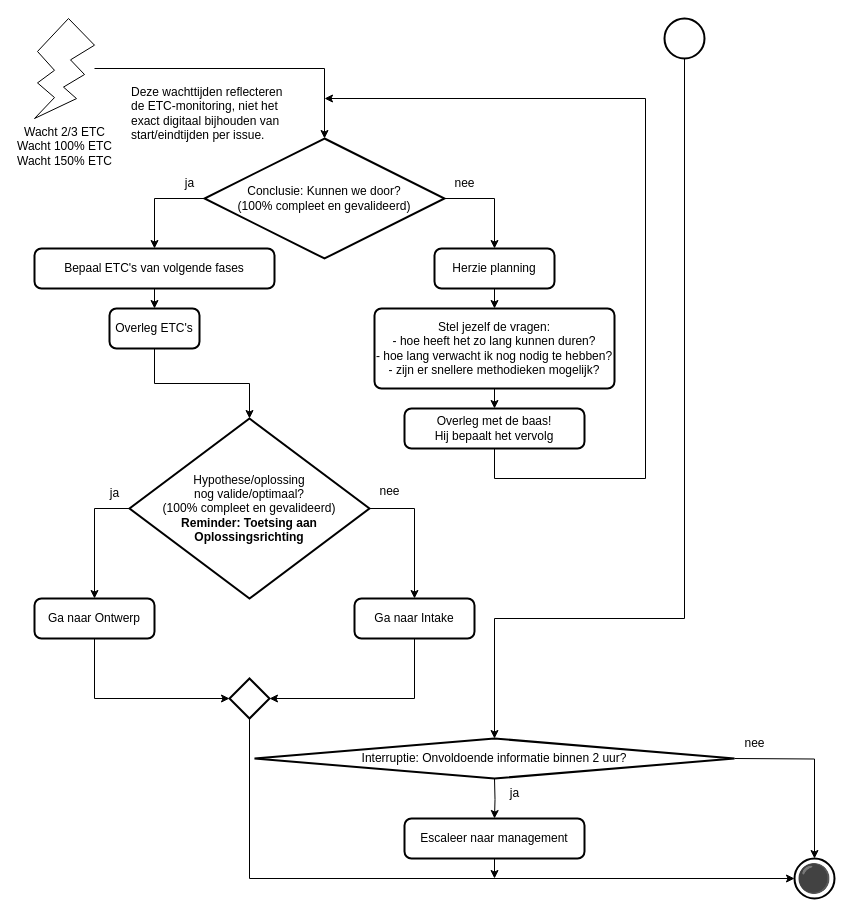
This is 2 Issue Tracker analyse.drawio from Zaibatsu89/IssueTracker, a draw.io file, before an edit. Source tidied: cells renumbered, new cells numbered last; positions are measured from the earlier drawing's top-left corner, leaving out a move shared by most shapes. Both pictures are drawn from the tidied source at 100%, with x=0, y=0 at pixel (34, 18).
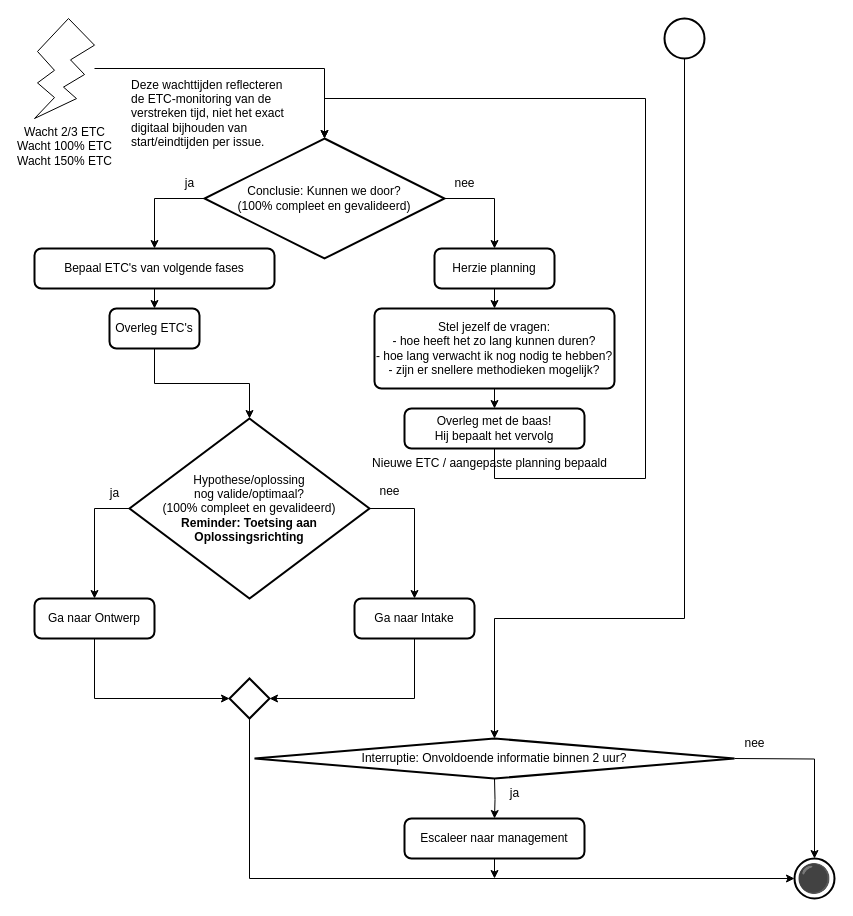
The same page after the edit.

Commit message (it also covers changes not shown here):
nieuwe ETC na tijdtrigger verwerken in originele ETC - verstreken tijd in flowcharts

Unchanged cells that the change refers to:
```xml
<mxCell id="5" value="Conclusie: Kunnen we door?&lt;br&gt;(100% compleet en gevalideerd)" style="strokeWidth=2;html=1;shape=mxgraph.flowchart.decision;whiteSpace=wrap;" parent="1" vertex="1">
  <mxGeometry x="170" y="120" width="240" height="120" as="geometry" />
</mxCell>
<mxCell id="36" value="Overleg met de baas!&lt;br&gt;Hij bepaalt het vervolg" style="rounded=1;whiteSpace=wrap;html=1;absoluteArcSize=1;arcSize=14;strokeWidth=2;" parent="1" vertex="1">
  <mxGeometry x="370" y="390" width="180" height="40" as="geometry" />
</mxCell>
```

What changed in the source:
```diff
@@
-    <mxCell id="35" style="edgeStyle=orthogonalEdgeStyle;rounded=0;jettySize=auto;html=1;exitX=0.5;exitY=1;exitDx=0;exitDy=0;" parent="1" edge="1" source="36">
-      <mxGeometry relative="1" as="geometry">
-        <mxPoint x="290" y="80" as="targetPoint" />
-        <Array as="points">
-          <mxPoint x="460" y="460" />
-          <mxPoint x="611" y="460" />
-          <mxPoint x="611" y="80" />
-        </Array>
-      </mxGeometry>
-    </mxCell>
@@
-    <mxCell id="40" value="Deze wachttijden reflecteren&lt;br&gt;de ETC-monitoring, niet het&lt;br&gt;exact digitaal bijhouden van&lt;br&gt;start/eindtijden per issue." style="text;html=1;align=left;verticalAlign=middle;strokeColor=none;fillColor=none;" parent="1" vertex="1">
+    <mxCell id="40" value="Deze wachttijden reflecteren&lt;br&gt;de ETC-monitoring van de&lt;br&gt;verstreken tijd, niet het exact&lt;br&gt;digitaal bijhouden van&lt;br&gt;start/eindtijden per issue." style="text;html=1;align=left;verticalAlign=middle;strokeColor=none;fillColor=none;" parent="1" vertex="1">
       <mxGeometry x="95" y="70" width="300" height="50" as="geometry" />
     </mxCell>
+    <mxCell id="41" value="Nieuwe ETC / aangepaste planning bepaald" style="text;html=1;align=center;verticalAlign=middle;strokeColor=none;fillColor=none;" parent="1" vertex="1">
+      <mxGeometry x="320" y="430" width="270" height="30" as="geometry" />
+    </mxCell>
+    <mxCell id="42" style="edgeStyle=orthogonalEdgeStyle;rounded=0;jettySize=auto;html=1;exitX=0.5;exitY=1;exitDx=0;exitDy=0;entryX=0.5;entryY=0;entryDx=0;entryDy=0;entryPerimeter=0;" parent="1" edge="1" source="36" target="5">
+      <mxGeometry relative="1" as="geometry">
+        <Array as="points">
+          <mxPoint x="460" y="460" />
+          <mxPoint x="611" y="460" />
+          <mxPoint x="611" y="80" />
+        </Array>
+      </mxGeometry>
+    </mxCell>
```
